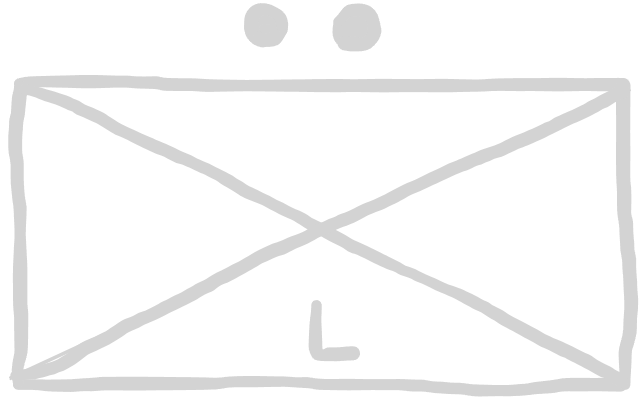
The Excalidraw diagram factions/nato-symbols/lightinfantry.excalidraw.png in christsven/H.E.A.T, before a commit. Source tidied: one line per element, renumbered; positions are measured from the earlier drawing's top-left corner, leaving out a move shared by most shapes. The source it was exported from:
```json
{"id": 0, "type": "freedraw", "strokeColor": "#1e1e1e", "strokeWidth": 2, "roughness": 1, "x": 10, "y": 74, "width": 602, "height": 4, "points": [[0, 0], [21, -2], [45, -2], [60, -2], [84, -2], [116, -1], [137, -1], [159, 1], [183, 2], [218, 2], [249, 2], [273, 2], [296, 2], [315, 2], [341, 2], [359, 2], [384, 2], [407, 2], [426, 2], [458, 2], [482, 1], [504, 1], [525, 1], [545, 1], [572, 1], [590, 1]]}
{"id": 1, "type": "freedraw", "strokeColor": "#1e1e1e", "strokeWidth": 2, "roughness": 1, "x": 9, "y": 375, "width": 603, "height": 9, "points": [[0, 0], [18, 0], [40, 1], [61, 0], [78, 0], [97, -1], [115, -1], [138, -1], [162, -1], [193, -1], [229, -3], [267, -3], [298, 0], [330, 0], [366, 0], [391, 1], [423, 3], [453, 6], [487, 6], [514, 5], [534, 2], [552, 0], [573, 0], [589, 0], [601, 0]]}
{"id": 2, "type": "freedraw", "strokeColor": "#1e1e1e", "strokeWidth": 2, "roughness": 1, "x": 616, "y": 375, "width": 8, "height": 300, "points": [[0, 0], [0, -9], [0, -16], [0, -25], [0, -33], [3, -48], [5, -60], [6, -75], [6, -84], [5, -99], [4, -114], [4, -123], [2, -132], [2, -144], [1, -160], [-1, -169], [-1, -178], [-1, -187], [-2, -202], [-2, -214], [-2, -223], [-2, -232], [-2, -246], [-2, -259], [-2, -268], [-2, -279], [-2, -286], [-2, -295]]}
{"id": 3, "type": "freedraw", "strokeColor": "#1e1e1e", "strokeWidth": 2, "roughness": 1, "x": 9, "y": 373, "width": 6, "height": 295, "points": [[0, 0], [-1, -7], [0, -19], [1, -26], [3, -35], [3, -43], [3, -53], [3, -64], [3, -73], [2, -83], [2, -92], [2, -101], [2, -112], [2, -137], [2, -160], [2, -167], [0, -184], [-1, -199], [-1, -215], [-1, -226], [-3, -235], [-3, -247], [-2, -259], [0, -268], [0, -275], [1, -283], [1, -290]]}
{"id": 4, "type": "freedraw", "strokeColor": "#1e1e1e", "strokeWidth": 2, "roughness": 1, "x": 254, "y": 16, "width": 17, "height": 13, "points": [[0, 0], [-3, 0], [-5, 1], [-6, 2], [-6, 5], [-4, 8], [-1, 10], [2, 11], [5, 11], [8, 11], [10, 10], [11, 7], [11, 4], [10, 3], [9, 0], [6, -2], [3, -2], [0, -2], [-2, 1], [-3, 2], [-2, 4], [-1, 5], [1, 7], [4, 8]]}
{"id": 5, "type": "freedraw", "strokeColor": "#1e1e1e", "strokeWidth": 2, "roughness": 1, "x": 344, "y": 14, "width": 27, "height": 21, "points": [[0, 0], [-8, 1], [-9, 9], [-5, 13], [2, 15], [8, 12], [10, 5], [6, -1], [-2, -1], [-8, 1], [-9, 9], [-2, 12], [5, 12], [10, 8], [10, 0], [4, -3], [-5, -3], [-12, -2], [-14, 6], [-14, 13], [-10, 18], [-2, 18], [7, 17], [11, 11], [13, 5], [12, -1], [4, -3]]}
{"id": 6, "type": "freedraw", "strokeColor": "#1e1e1e", "strokeWidth": 2, "roughness": 1, "x": 264, "y": 9, "width": 29, "height": 28, "points": [[0, 0], [-7, 0], [-13, 0], [-18, 2], [-19, 5], [-21, 8], [-21, 12], [-18, 17], [-14, 18], [-11, 20], [-8, 21], [-3, 21], [1, 20], [3, 16], [6, 13], [7, 8], [7, 4], [6, -1], [2, -4], [-3, -5], [-9, -7], [-13, -7], [-18, -6], [-19, -3], [-22, -1], [-22, 3], [-22, 8], [-22, 12], [-20, 17], [-17, 20], [-14, 21], [-11, 21]]}
{"id": 7, "type": "freedraw", "strokeColor": "#1e1e1e", "strokeWidth": 2, "roughness": 1, "x": 329, "y": 12, "width": 36, "height": 34, "points": [[0, 0], [1, -1], [4, -4], [6, -7], [7, -9], [10, -10], [12, -12], [15, -12], [18, -12], [21, -12], [24, -12], [27, -12], [28, -11], [31, -8], [33, -6], [33, -3], [34, -2], [34, 1], [36, 4], [36, 7], [36, 10], [36, 13], [35, 15], [33, 16], [32, 18], [29, 19], [27, 21], [24, 22], [21, 22], [18, 22], [15, 22], [12, 22], [9, 22], [8, 21], [6, 21]]}
{"id": 8, "type": "freedraw", "strokeColor": "#1e1e1e", "strokeWidth": 2, "roughness": 1, "x": 272, "y": 17, "width": 31, "height": 19, "points": [[0, 0], [1, 0], [1, -2], [1, -3], [1, -5], [0, -5], [0, -6], [-1, -8], [-1, -9], [-1, -11], [-3, -11], [-3, -12], [-4, -12], [-6, -14], [-7, -14], [-7, -15], [-9, -15], [-10, -15], [-12, -15], [-12, -17], [-13, -17], [-15, -17], [-16, -17], [-18, -17], [-19, -17], [-21, -17], [-22, -17], [-24, -17], [-25, -17], [-25, -16], [-27, -16], [-28, -14], [-28, -13], [-30, -11], [-30, -10], [-30, -8], [-30, -7], [-30, -5], [-30, -4], [-30, -2], [-30, -1], [-30, 1], [-30, 2], [-30, 2]]}
{"id": 9, "type": "line", "strokeColor": "#1e1e1e", "strokeWidth": 2, "roughness": 1, "round": true, "x": 619, "y": 80, "width": 619, "height": 289, "points": [[0, 0], [-619, 289]]}
{"id": 10, "type": "freedraw", "strokeColor": "#1e1e1e", "strokeWidth": 2, "roughness": 1, "x": 15, "y": 80, "width": 597, "height": 291, "points": [[0, 0], [18, 4], [45, 13], [63, 22], [93, 39], [120, 52], [145, 63], [178, 78], [199, 88], [223, 103], [259, 120], [286, 135], [310, 147], [337, 160], [372, 177], [412, 195], [439, 207], [460, 217], [484, 232], [504, 243], [520, 252], [540, 261], [556, 268], [571, 277], [588, 286]]}
{"id": 11, "type": "freedraw", "strokeColor": "#1e1e1e", "strokeWidth": 2, "roughness": 1, "x": 6, "y": 366, "width": 607, "height": 284, "points": [[0, 0], [24, -4], [45, -10], [58, -19], [84, -34], [106, -47], [135, -61], [157, -71], [180, -83], [201, -95], [225, -107], [249, -121], [270, -128], [301, -145], [327, -155], [361, -170], [385, -182], [417, -197], [444, -209], [468, -220], [492, -229], [516, -239], [538, -250], [561, -260], [580, -271], [592, -277], [604, -283]]}
{"id": 12, "type": "freedraw", "strokeColor": "#1e1e1e", "strokeWidth": 2, "roughness": 1, "x": 307, "y": 295, "width": 38, "height": 49, "points": [[0, 0], [0, 1], [0, 4], [0, 6], [0, 9], [0, 12], [-1, 13], [-1, 16], [-1, 18], [-1, 19], [-1, 21], [-1, 22], [-1, 24], [-1, 25], [-1, 27], [-1, 28], [-1, 30], [-1, 31], [-1, 33], [-1, 34], [-1, 36], [-1, 37], [-1, 39], [-1, 40], [-1, 42], [-1, 43], [-1, 45], [-1, 46], [-1, 48], [1, 49], [4, 49], [9, 49], [12, 49], [15, 49], [18, 49], [19, 49], [21, 49], [24, 49], [25, 49], [28, 49], [30, 48], [31, 48], [33, 48], [34, 48], [36, 48], [37, 48], [37, 48]]}
```
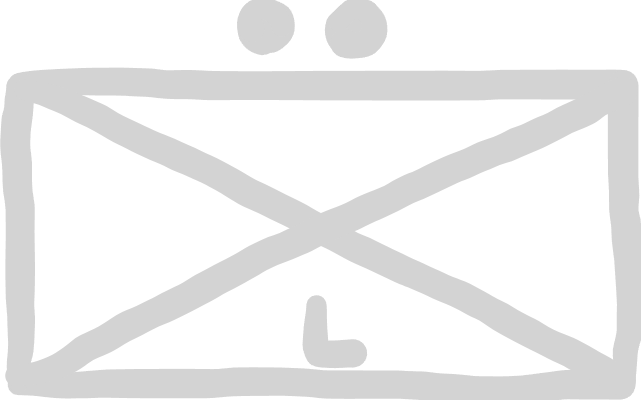
After the commit.

Change to the diagram source:
```diff
@@ -1,13 +1,13 @@
-{"id": 0, "type": "freedraw", "strokeColor": "#1e1e1e", "strokeWidth": 2, "roughness": 1, "x": 10, "y": 74, "width": 602, "height": 4, "points": [[0, 0], [21, -2], [45, -2], [60, -2], [84, -2], [116, -1], [137, -1], [159, 1], [183, 2], [218, 2], [249, 2], [273, 2], [296, 2], [315, 2], [341, 2], [359, 2], [384, 2], [407, 2], [426, 2], [458, 2], [482, 1], [504, 1], [525, 1], [545, 1], [572, 1], [590, 1]]}
+{"id": 0, "type": "freedraw", "strokeColor": "#1e1e1e", "strokeWidth": 4, "roughness": 1, "x": 10, "y": 74, "width": 602, "height": 4, "points": [[0, 0], [21, -2], [45, -2], [60, -2], [84, -2], [116, -1], [137, -1], [159, 1], [183, 2], [218, 2], [249, 2], [273, 2], [296, 2], [315, 2], [341, 2], [359, 2], [384, 2], [407, 2], [426, 2], [458, 2], [482, 1], [504, 1], [525, 1], [545, 1], [572, 1], [590, 1]]}
-{"id": 1, "type": "freedraw", "strokeColor": "#1e1e1e", "strokeWidth": 2, "roughness": 1, "x": 9, "y": 375, "width": 603, "height": 9, "points": [[0, 0], [18, 0], [40, 1], [61, 0], [78, 0], [97, -1], [115, -1], [138, -1], [162, -1], [193, -1], [229, -3], [267, -3], [298, 0], [330, 0], [366, 0], [391, 1], [423, 3], [453, 6], [487, 6], [514, 5], [534, 2], [552, 0], [573, 0], [589, 0], [601, 0]]}
+{"id": 1, "type": "freedraw", "strokeColor": "#1e1e1e", "strokeWidth": 4, "roughness": 1, "x": 9, "y": 375, "width": 603, "height": 9, "points": [[0, 0], [18, 0], [40, 1], [61, 0], [78, 0], [97, -1], [115, -1], [138, -1], [162, -1], [193, -1], [229, -3], [267, -3], [298, 0], [330, 0], [366, 0], [391, 1], [423, 3], [453, 6], [487, 6], [514, 5], [534, 2], [552, 0], [573, 0], [589, 0], [601, 0]]}
-{"id": 2, "type": "freedraw", "strokeColor": "#1e1e1e", "strokeWidth": 2, "roughness": 1, "x": 616, "y": 375, "width": 8, "height": 300, "points": [[0, 0], [0, -9], [0, -16], [0, -25], [0, -33], [3, -48], [5, -60], [6, -75], [6, -84], [5, -99], [4, -114], [4, -123], [2, -132], [2, -144], [1, -160], [-1, -169], [-1, -178], [-1, -187], [-2, -202], [-2, -214], [-2, -223], [-2, -232], [-2, -246], [-2, -259], [-2, -268], [-2, -279], [-2, -286], [-2, -295]]}
+{"id": 2, "type": "freedraw", "strokeColor": "#1e1e1e", "strokeWidth": 4, "roughness": 1, "x": 616, "y": 375, "width": 8, "height": 300, "points": [[0, 0], [0, -9], [0, -16], [0, -25], [0, -33], [3, -48], [5, -60], [6, -75], [6, -84], [5, -99], [4, -114], [4, -123], [2, -132], [2, -144], [1, -160], [-1, -169], [-1, -178], [-1, -187], [-2, -202], [-2, -214], [-2, -223], [-2, -232], [-2, -246], [-2, -259], [-2, -268], [-2, -279], [-2, -286], [-2, -295]]}
-{"id": 3, "type": "freedraw", "strokeColor": "#1e1e1e", "strokeWidth": 2, "roughness": 1, "x": 9, "y": 373, "width": 6, "height": 295, "points": [[0, 0], [-1, -7], [0, -19], [1, -26], [3, -35], [3, -43], [3, -53], [3, -64], [3, -73], [2, -83], [2, -92], [2, -101], [2, -112], [2, -137], [2, -160], [2, -167], [0, -184], [-1, -199], [-1, -215], [-1, -226], [-3, -235], [-3, -247], [-2, -259], [0, -268], [0, -275], [1, -283], [1, -290]]}
+{"id": 3, "type": "freedraw", "strokeColor": "#1e1e1e", "strokeWidth": 4, "roughness": 1, "x": 9, "y": 373, "width": 6, "height": 295, "points": [[0, 0], [-1, -7], [0, -19], [1, -26], [3, -35], [3, -43], [3, -53], [3, -64], [3, -73], [2, -83], [2, -92], [2, -101], [2, -112], [2, -137], [2, -160], [2, -167], [0, -184], [-1, -199], [-1, -215], [-1, -226], [-3, -235], [-3, -247], [-2, -259], [0, -268], [0, -275], [1, -283], [1, -290]]}
-{"id": 4, "type": "freedraw", "strokeColor": "#1e1e1e", "strokeWidth": 2, "roughness": 1, "x": 254, "y": 16, "width": 17, "height": 13, "points": [[0, 0], [-3, 0], [-5, 1], [-6, 2], [-6, 5], [-4, 8], [-1, 10], [2, 11], [5, 11], [8, 11], [10, 10], [11, 7], [11, 4], [10, 3], [9, 0], [6, -2], [3, -2], [0, -2], [-2, 1], [-3, 2], [-2, 4], [-1, 5], [1, 7], [4, 8]]}
+{"id": 4, "type": "freedraw", "strokeColor": "#1e1e1e", "strokeWidth": 4, "roughness": 1, "x": 254, "y": 16, "width": 17, "height": 13, "points": [[0, 0], [-3, 0], [-5, 1], [-6, 2], [-6, 5], [-4, 8], [-1, 10], [2, 11], [5, 11], [8, 11], [10, 10], [11, 7], [11, 4], [10, 3], [9, 0], [6, -2], [3, -2], [0, -2], [-2, 1], [-3, 2], [-2, 4], [-1, 5], [1, 7], [4, 8]]}
-{"id": 5, "type": "freedraw", "strokeColor": "#1e1e1e", "strokeWidth": 2, "roughness": 1, "x": 344, "y": 14, "width": 27, "height": 21, "points": [[0, 0], [-8, 1], [-9, 9], [-5, 13], [2, 15], [8, 12], [10, 5], [6, -1], [-2, -1], [-8, 1], [-9, 9], [-2, 12], [5, 12], [10, 8], [10, 0], [4, -3], [-5, -3], [-12, -2], [-14, 6], [-14, 13], [-10, 18], [-2, 18], [7, 17], [11, 11], [13, 5], [12, -1], [4, -3]]}
+{"id": 5, "type": "freedraw", "strokeColor": "#1e1e1e", "strokeWidth": 4, "roughness": 1, "x": 344, "y": 14, "width": 27, "height": 21, "points": [[0, 0], [-8, 1], [-9, 9], [-5, 13], [2, 15], [8, 12], [10, 5], [6, -1], [-2, -1], [-8, 1], [-9, 9], [-2, 12], [5, 12], [10, 8], [10, 0], [4, -3], [-5, -3], [-12, -2], [-14, 6], [-14, 13], [-10, 18], [-2, 18], [7, 17], [11, 11], [13, 5], [12, -1], [4, -3]]}
-{"id": 6, "type": "freedraw", "strokeColor": "#1e1e1e", "strokeWidth": 2, "roughness": 1, "x": 264, "y": 9, "width": 29, "height": 28, "points": [[0, 0], [-7, 0], [-13, 0], [-18, 2], [-19, 5], [-21, 8], [-21, 12], [-18, 17], [-14, 18], [-11, 20], [-8, 21], [-3, 21], [1, 20], [3, 16], [6, 13], [7, 8], [7, 4], [6, -1], [2, -4], [-3, -5], [-9, -7], [-13, -7], [-18, -6], [-19, -3], [-22, -1], [-22, 3], [-22, 8], [-22, 12], [-20, 17], [-17, 20], [-14, 21], [-11, 21]]}
+{"id": 6, "type": "freedraw", "strokeColor": "#1e1e1e", "strokeWidth": 4, "roughness": 1, "x": 264, "y": 9, "width": 29, "height": 28, "points": [[0, 0], [-7, 0], [-13, 0], [-18, 2], [-19, 5], [-21, 8], [-21, 12], [-18, 17], [-14, 18], [-11, 20], [-8, 21], [-3, 21], [1, 20], [3, 16], [6, 13], [7, 8], [7, 4], [6, -1], [2, -4], [-3, -5], [-9, -7], [-13, -7], [-18, -6], [-19, -3], [-22, -1], [-22, 3], [-22, 8], [-22, 12], [-20, 17], [-17, 20], [-14, 21], [-11, 21]]}
-{"id": 7, "type": "freedraw", "strokeColor": "#1e1e1e", "strokeWidth": 2, "roughness": 1, "x": 329, "y": 12, "width": 36, "height": 34, "points": [[0, 0], [1, -1], [4, -4], [6, -7], [7, -9], [10, -10], [12, -12], [15, -12], [18, -12], [21, -12], [24, -12], [27, -12], [28, -11], [31, -8], [33, -6], [33, -3], [34, -2], [34, 1], [36, 4], [36, 7], [36, 10], [36, 13], [35, 15], [33, 16], [32, 18], [29, 19], [27, 21], [24, 22], [21, 22], [18, 22], [15, 22], [12, 22], [9, 22], [8, 21], [6, 21]]}
+{"id": 7, "type": "freedraw", "strokeColor": "#1e1e1e", "strokeWidth": 4, "roughness": 1, "x": 329, "y": 12, "width": 36, "height": 34, "points": [[0, 0], [1, -1], [4, -4], [6, -7], [7, -9], [10, -10], [12, -12], [15, -12], [18, -12], [21, -12], [24, -12], [27, -12], [28, -11], [31, -8], [33, -6], [33, -3], [34, -2], [34, 1], [36, 4], [36, 7], [36, 10], [36, 13], [35, 15], [33, 16], [32, 18], [29, 19], [27, 21], [24, 22], [21, 22], [18, 22], [15, 22], [12, 22], [9, 22], [8, 21], [6, 21]]}
-{"id": 8, "type": "freedraw", "strokeColor": "#1e1e1e", "strokeWidth": 2, "roughness": 1, "x": 272, "y": 17, "width": 31, "height": 19, "points": [[0, 0], [1, 0], [1, -2], [1, -3], [1, -5], [0, -5], [0, -6], [-1, -8], [-1, -9], [-1, -11], [-3, -11], [-3, -12], [-4, -12], [-6, -14], [-7, -14], [-7, -15], [-9, -15], [-10, -15], [-12, -15], [-12, -17], [-13, -17], [-15, -17], [-16, -17], [-18, -17], [-19, -17], [-21, -17], [-22, -17], [-24, -17], [-25, -17], [-25, -16], [-27, -16], [-28, -14], [-28, -13], [-30, -11], [-30, -10], [-30, -8], [-30, -7], [-30, -5], [-30, -4], [-30, -2], [-30, -1], [-30, 1], [-30, 2], [-30, 2]]}
+{"id": 8, "type": "freedraw", "strokeColor": "#1e1e1e", "strokeWidth": 4, "roughness": 1, "x": 272, "y": 17, "width": 31, "height": 19, "points": [[0, 0], [1, 0], [1, -2], [1, -3], [1, -5], [0, -5], [0, -6], [-1, -8], [-1, -9], [-1, -11], [-3, -11], [-3, -12], [-4, -12], [-6, -14], [-7, -14], [-7, -15], [-9, -15], [-10, -15], [-12, -15], [-12, -17], [-13, -17], [-15, -17], [-16, -17], [-18, -17], [-19, -17], [-21, -17], [-22, -17], [-24, -17], [-25, -17], [-25, -16], [-27, -16], [-28, -14], [-28, -13], [-30, -11], [-30, -10], [-30, -8], [-30, -7], [-30, -5], [-30, -4], [-30, -2], [-30, -1], [-30, 1], [-30, 2], [-30, 2]]}
-{"id": 9, "type": "line", "strokeColor": "#1e1e1e", "strokeWidth": 2, "roughness": 1, "round": true, "x": 619, "y": 80, "width": 619, "height": 289, "points": [[0, 0], [-619, 289]]}
+{"id": 9, "type": "line", "strokeColor": "#1e1e1e", "strokeWidth": 4, "roughness": 1, "round": true, "x": 619, "y": 80, "width": 619, "height": 289, "points": [[0, 0], [-619, 289]]}
-{"id": 10, "type": "freedraw", "strokeColor": "#1e1e1e", "strokeWidth": 2, "roughness": 1, "x": 15, "y": 80, "width": 597, "height": 291, "points": [[0, 0], [18, 4], [45, 13], [63, 22], [93, 39], [120, 52], [145, 63], [178, 78], [199, 88], [223, 103], [259, 120], [286, 135], [310, 147], [337, 160], [372, 177], [412, 195], [439, 207], [460, 217], [484, 232], [504, 243], [520, 252], [540, 261], [556, 268], [571, 277], [588, 286]]}
+{"id": 10, "type": "freedraw", "strokeColor": "#1e1e1e", "strokeWidth": 4, "roughness": 1, "x": 15, "y": 80, "width": 597, "height": 291, "points": [[0, 0], [18, 4], [45, 13], [63, 22], [93, 39], [120, 52], [145, 63], [178, 78], [199, 88], [223, 103], [259, 120], [286, 135], [310, 147], [337, 160], [372, 177], [412, 195], [439, 207], [460, 217], [484, 232], [504, 243], [520, 252], [540, 261], [556, 268], [571, 277], [588, 286]]}
-{"id": 11, "type": "freedraw", "strokeColor": "#1e1e1e", "strokeWidth": 2, "roughness": 1, "x": 6, "y": 366, "width": 607, "height": 284, "points": [[0, 0], [24, -4], [45, -10], [58, -19], [84, -34], [106, -47], [135, -61], [157, -71], [180, -83], [201, -95], [225, -107], [249, -121], [270, -128], [301, -145], [327, -155], [361, -170], [385, -182], [417, -197], [444, -209], [468, -220], [492, -229], [516, -239], [538, -250], [561, -260], [580, -271], [592, -277], [604, -283]]}
+{"id": 11, "type": "freedraw", "strokeColor": "#1e1e1e", "strokeWidth": 4, "roughness": 1, "x": 6, "y": 366, "width": 607, "height": 284, "points": [[0, 0], [24, -4], [45, -10], [58, -19], [84, -34], [106, -47], [135, -61], [157, -71], [180, -83], [201, -95], [225, -107], [249, -121], [270, -128], [301, -145], [327, -155], [361, -170], [385, -182], [417, -197], [444, -209], [468, -220], [492, -229], [516, -239], [538, -250], [561, -260], [580, -271], [592, -277], [604, -283]]}
-{"id": 12, "type": "freedraw", "strokeColor": "#1e1e1e", "strokeWidth": 2, "roughness": 1, "x": 307, "y": 295, "width": 38, "height": 49, "points": [[0, 0], [0, 1], [0, 4], [0, 6], [0, 9], [0, 12], [-1, 13], [-1, 16], [-1, 18], [-1, 19], [-1, 21], [-1, 22], [-1, 24], [-1, 25], [-1, 27], [-1, 28], [-1, 30], [-1, 31], [-1, 33], [-1, 34], [-1, 36], [-1, 37], [-1, 39], [-1, 40], [-1, 42], [-1, 43], [-1, 45], [-1, 46], [-1, 48], [1, 49], [4, 49], [9, 49], [12, 49], [15, 49], [18, 49], [19, 49], [21, 49], [24, 49], [25, 49], [28, 49], [30, 48], [31, 48], [33, 48], [34, 48], [36, 48], [37, 48], [37, 48]]}
+{"id": 12, "type": "freedraw", "strokeColor": "#1e1e1e", "strokeWidth": 4, "roughness": 1, "x": 307, "y": 295, "width": 38, "height": 49, "points": [[0, 0], [0, 1], [0, 4], [0, 6], [0, 9], [0, 12], [-1, 13], [-1, 16], [-1, 18], [-1, 19], [-1, 21], [-1, 22], [-1, 24], [-1, 25], [-1, 27], [-1, 28], [-1, 30], [-1, 31], [-1, 33], [-1, 34], [-1, 36], [-1, 37], [-1, 39], [-1, 40], [-1, 42], [-1, 43], [-1, 45], [-1, 46], [-1, 48], [1, 49], [4, 49], [9, 49], [12, 49], [15, 49], [18, 49], [19, 49], [21, 49], [24, 49], [25, 49], [28, 49], [30, 48], [31, 48], [33, 48], [34, 48], [36, 48], [37, 48], [37, 48]]}
```
